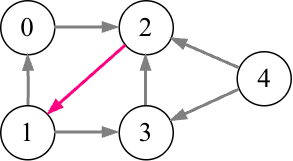
lgreco/images keeps this draw.io diagram as graphs/dag_with_cycle.png. Above is the earlier version. Source tidied: cells renumbered, new cells last; positions are measured from the earlier drawing's top-left corner, leaving out a move shared by most shapes.
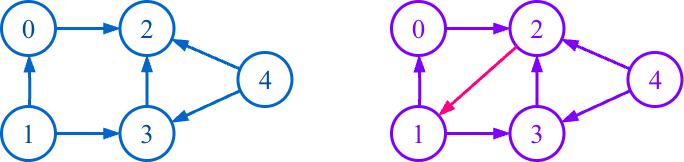
The same file after the commit.

What changed in the source:
```diff
@@ -2,45 +2,82 @@
   <root>
     <mxCell id="0" />
     <mxCell id="1" parent="0" />
-    <mxCell id="2" value="&lt;font&gt;0&lt;/font&gt;" style="ellipse;whiteSpace=wrap;html=1;fontFamily=Times New Roman;fontSize=18;" parent="1" vertex="1">
+    <mxCell id="2" value="&lt;font&gt;0&lt;/font&gt;" style="ellipse;whiteSpace=wrap;html=1;fontFamily=Times New Roman;fontSize=18;strokeColor=#0066CC;strokeWidth=2;fontColor=#004C99;" parent="1" vertex="1">
       <mxGeometry width="36" height="36" as="geometry" />
     </mxCell>
-    <mxCell id="3" value="&lt;font&gt;1&lt;/font&gt;" style="ellipse;whiteSpace=wrap;html=1;fontFamily=Times New Roman;fontSize=18;" parent="1" vertex="1">
+    <mxCell id="3" value="&lt;font&gt;1&lt;/font&gt;" style="ellipse;whiteSpace=wrap;html=1;fontFamily=Times New Roman;fontSize=18;strokeColor=#0066CC;strokeWidth=2;fontColor=#004C99;" parent="1" vertex="1">
       <mxGeometry y="70" width="36" height="36" as="geometry" />
     </mxCell>
-    <mxCell id="4" value="&lt;font&gt;2&lt;/font&gt;" style="ellipse;whiteSpace=wrap;html=1;fontFamily=Times New Roman;fontSize=18;" parent="1" vertex="1">
+    <mxCell id="4" value="&lt;font&gt;2&lt;/font&gt;" style="ellipse;whiteSpace=wrap;html=1;fontFamily=Times New Roman;fontSize=18;strokeColor=#0066CC;strokeWidth=2;fontColor=#004C99;" parent="1" vertex="1">
       <mxGeometry x="79" width="36" height="36" as="geometry" />
     </mxCell>
-    <mxCell id="5" value="&lt;font&gt;3&lt;/font&gt;" style="ellipse;whiteSpace=wrap;html=1;fontFamily=Times New Roman;fontSize=18;" parent="1" vertex="1">
+    <mxCell id="5" value="&lt;font&gt;3&lt;/font&gt;" style="ellipse;whiteSpace=wrap;html=1;fontFamily=Times New Roman;fontSize=18;strokeColor=#0066CC;strokeWidth=2;fontColor=#004C99;" parent="1" vertex="1">
       <mxGeometry x="79" y="70" width="36" height="36" as="geometry" />
     </mxCell>
-    <mxCell id="6" value="&lt;font&gt;4&lt;/font&gt;" style="ellipse;whiteSpace=wrap;html=1;fontFamily=Times New Roman;fontSize=18;" parent="1" vertex="1">
+    <mxCell id="6" value="&lt;font&gt;4&lt;/font&gt;" style="ellipse;whiteSpace=wrap;html=1;fontFamily=Times New Roman;fontSize=18;strokeColor=#0066CC;strokeWidth=2;fontColor=#004C99;" parent="1" vertex="1">
       <mxGeometry x="157.6" y="34" width="36" height="36" as="geometry" />
     </mxCell>
-    <mxCell id="7" style="endArrow=blockThin;html=1;rounded=0;strokeWidth=2;strokeColor=#808080;endFill=1;curved=1;" parent="1" edge="1" source="2" target="4">
+    <mxCell id="7" style="endArrow=blockThin;html=1;rounded=0;strokeWidth=2;strokeColor=#0066CC;endFill=1;curved=1;fontColor=#004C99;" parent="1" edge="1" source="2" target="4">
       <mxGeometry relative="1" as="geometry" />
     </mxCell>
-    <mxCell id="8" style="endArrow=blockThin;html=1;rounded=0;strokeWidth=2;strokeColor=#FF0080;endFill=1;curved=1;" parent="1" edge="1" source="4" target="3">
-      <mxGeometry relative="1" as="geometry" />
+    <mxCell id="8" style="endArrow=blockThin;html=1;rounded=0;strokeWidth=2;strokeColor=#0066CC;endFill=1;curved=1;fontColor=#004C99;" parent="1" edge="1" source="3" target="2">
+      <mxGeometry relative="1" as="geometry">
+        <Array as="points">
+          <mxPoint x="19" y="60" />
+        </Array>
+      </mxGeometry>
     </mxCell>
-    <mxCell id="9" style="endArrow=blockThin;html=1;rounded=0;strokeWidth=2;strokeColor=#808080;endFill=1;curved=1;" parent="1" edge="1" source="3" target="2">
-      <mxGeometry relative="1" as="geometry">
-        <Array as="points">
-          <mxPoint x="19" y="60" />
-        </Array>
-      </mxGeometry>
+    <mxCell id="9" style="endArrow=blockThin;html=1;rounded=0;strokeWidth=2;strokeColor=#0066CC;endFill=1;curved=1;fontColor=#004C99;" parent="1" edge="1" source="3" target="5">
+      <mxGeometry relative="1" as="geometry" />
     </mxCell>
-    <mxCell id="10" style="endArrow=blockThin;html=1;rounded=0;strokeWidth=2;strokeColor=#808080;endFill=1;curved=1;" parent="1" edge="1" source="3" target="5">
+    <mxCell id="10" style="endArrow=blockThin;html=1;rounded=0;strokeWidth=2;strokeColor=#0066CC;endFill=1;curved=1;fontColor=#004C99;" parent="1" edge="1" source="5" target="4">
       <mxGeometry relative="1" as="geometry" />
     </mxCell>
-    <mxCell id="11" style="endArrow=blockThin;html=1;rounded=0;strokeWidth=2;strokeColor=#808080;endFill=1;curved=1;" parent="1" edge="1" source="5" target="4">
+    <mxCell id="11" style="endArrow=blockThin;html=1;rounded=0;strokeWidth=2;strokeColor=#0066CC;endFill=1;curved=1;fontColor=#004C99;" parent="1" edge="1" source="6" target="4">
       <mxGeometry relative="1" as="geometry" />
     </mxCell>
-    <mxCell id="12" style="endArrow=blockThin;html=1;rounded=0;strokeWidth=2;strokeColor=#808080;endFill=1;curved=1;" parent="1" edge="1" source="6" target="4">
+    <mxCell id="12" style="endArrow=blockThin;html=1;rounded=0;strokeWidth=2;strokeColor=#0066CC;endFill=1;curved=1;fontColor=#004C99;" parent="1" edge="1" source="6" target="5">
       <mxGeometry relative="1" as="geometry" />
     </mxCell>
-    <mxCell id="13" style="endArrow=blockThin;html=1;rounded=0;strokeWidth=2;strokeColor=#808080;endFill=1;curved=1;" parent="1" edge="1" source="6" target="5">
-      <mxGeometry relative="1" as="geometry" />
+    <mxCell id="13" value="&lt;font&gt;0&lt;/font&gt;" style="ellipse;whiteSpace=wrap;html=1;fontFamily=Times New Roman;fontSize=18;fontColor=#7F00FF;strokeColor=#7F00FF;strokeWidth=2;" parent="1" vertex="1">
+      <mxGeometry x="260" width="36" height="36" as="geometry" />
     </mxCell>
+    <mxCell id="14" value="&lt;font&gt;1&lt;/font&gt;" style="ellipse;whiteSpace=wrap;html=1;fontFamily=Times New Roman;fontSize=18;fontColor=#7F00FF;strokeColor=#7F00FF;strokeWidth=2;" parent="1" vertex="1">
+      <mxGeometry x="260" y="70" width="36" height="36" as="geometry" />
+    </mxCell>
+    <mxCell id="15" value="&lt;font&gt;2&lt;/font&gt;" style="ellipse;whiteSpace=wrap;html=1;fontFamily=Times New Roman;fontSize=18;fontColor=#7F00FF;strokeColor=#7F00FF;strokeWidth=2;" parent="1" vertex="1">
+      <mxGeometry x="339" width="36" height="36" as="geometry" />
+    </mxCell>
+    <mxCell id="16" value="&lt;font&gt;3&lt;/font&gt;" style="ellipse;whiteSpace=wrap;html=1;fontFamily=Times New Roman;fontSize=18;fontColor=#7F00FF;strokeColor=#7F00FF;strokeWidth=2;" parent="1" vertex="1">
+      <mxGeometry x="339" y="70" width="36" height="36" as="geometry" />
+    </mxCell>
+    <mxCell id="17" value="&lt;font&gt;4&lt;/font&gt;" style="ellipse;whiteSpace=wrap;html=1;fontFamily=Times New Roman;fontSize=18;fontColor=#7F00FF;strokeColor=#7F00FF;strokeWidth=2;" parent="1" vertex="1">
+      <mxGeometry x="417.6" y="34" width="36" height="36" as="geometry" />
+    </mxCell>
+    <mxCell id="18" style="endArrow=blockThin;html=1;rounded=0;strokeWidth=2;strokeColor=#7F00FF;endFill=1;curved=1;fontColor=#7F00FF;" parent="1" edge="1" source="13" target="15">
+      <mxGeometry relative="1" as="geometry" />
+    </mxCell>
+    <mxCell id="19" style="endArrow=blockThin;html=1;rounded=0;strokeWidth=2;strokeColor=#FF0080;endFill=1;curved=1;" parent="1" edge="1" source="15" target="14">
+      <mxGeometry relative="1" as="geometry" />
+    </mxCell>
+    <mxCell id="20" style="endArrow=blockThin;html=1;rounded=0;strokeWidth=2;strokeColor=#7F00FF;endFill=1;curved=1;fontColor=#7F00FF;" parent="1" edge="1" source="14" target="13">
+      <mxGeometry relative="1" as="geometry">
+        <Array as="points">
+          <mxPoint x="279" y="60" />
+        </Array>
+      </mxGeometry>
+    </mxCell>
+    <mxCell id="21" style="endArrow=blockThin;html=1;rounded=0;strokeWidth=2;strokeColor=#7F00FF;endFill=1;curved=1;fontColor=#7F00FF;" parent="1" edge="1" source="14" target="16">
+      <mxGeometry relative="1" as="geometry" />
+    </mxCell>
+    <mxCell id="22" style="endArrow=blockThin;html=1;rounded=0;strokeWidth=2;strokeColor=#7F00FF;endFill=1;curved=1;fontColor=#7F00FF;" parent="1" edge="1" source="16" target="15">
+      <mxGeometry relative="1" as="geometry" />
+    </mxCell>
+    <mxCell id="23" style="endArrow=blockThin;html=1;rounded=0;strokeWidth=2;strokeColor=#7F00FF;endFill=1;curved=1;fontColor=#7F00FF;" parent="1" edge="1" source="17" target="15">
+      <mxGeometry relative="1" as="geometry" />
+    </mxCell>
+    <mxCell id="24" style="endArrow=blockThin;html=1;rounded=0;strokeWidth=2;strokeColor=#7F00FF;endFill=1;curved=1;fontColor=#7F00FF;" parent="1" edge="1" source="17" target="16">
+      <mxGeometry relative="1" as="geometry" />
+    </mxCell>
   </root>
 </mxGraphModel>
```
